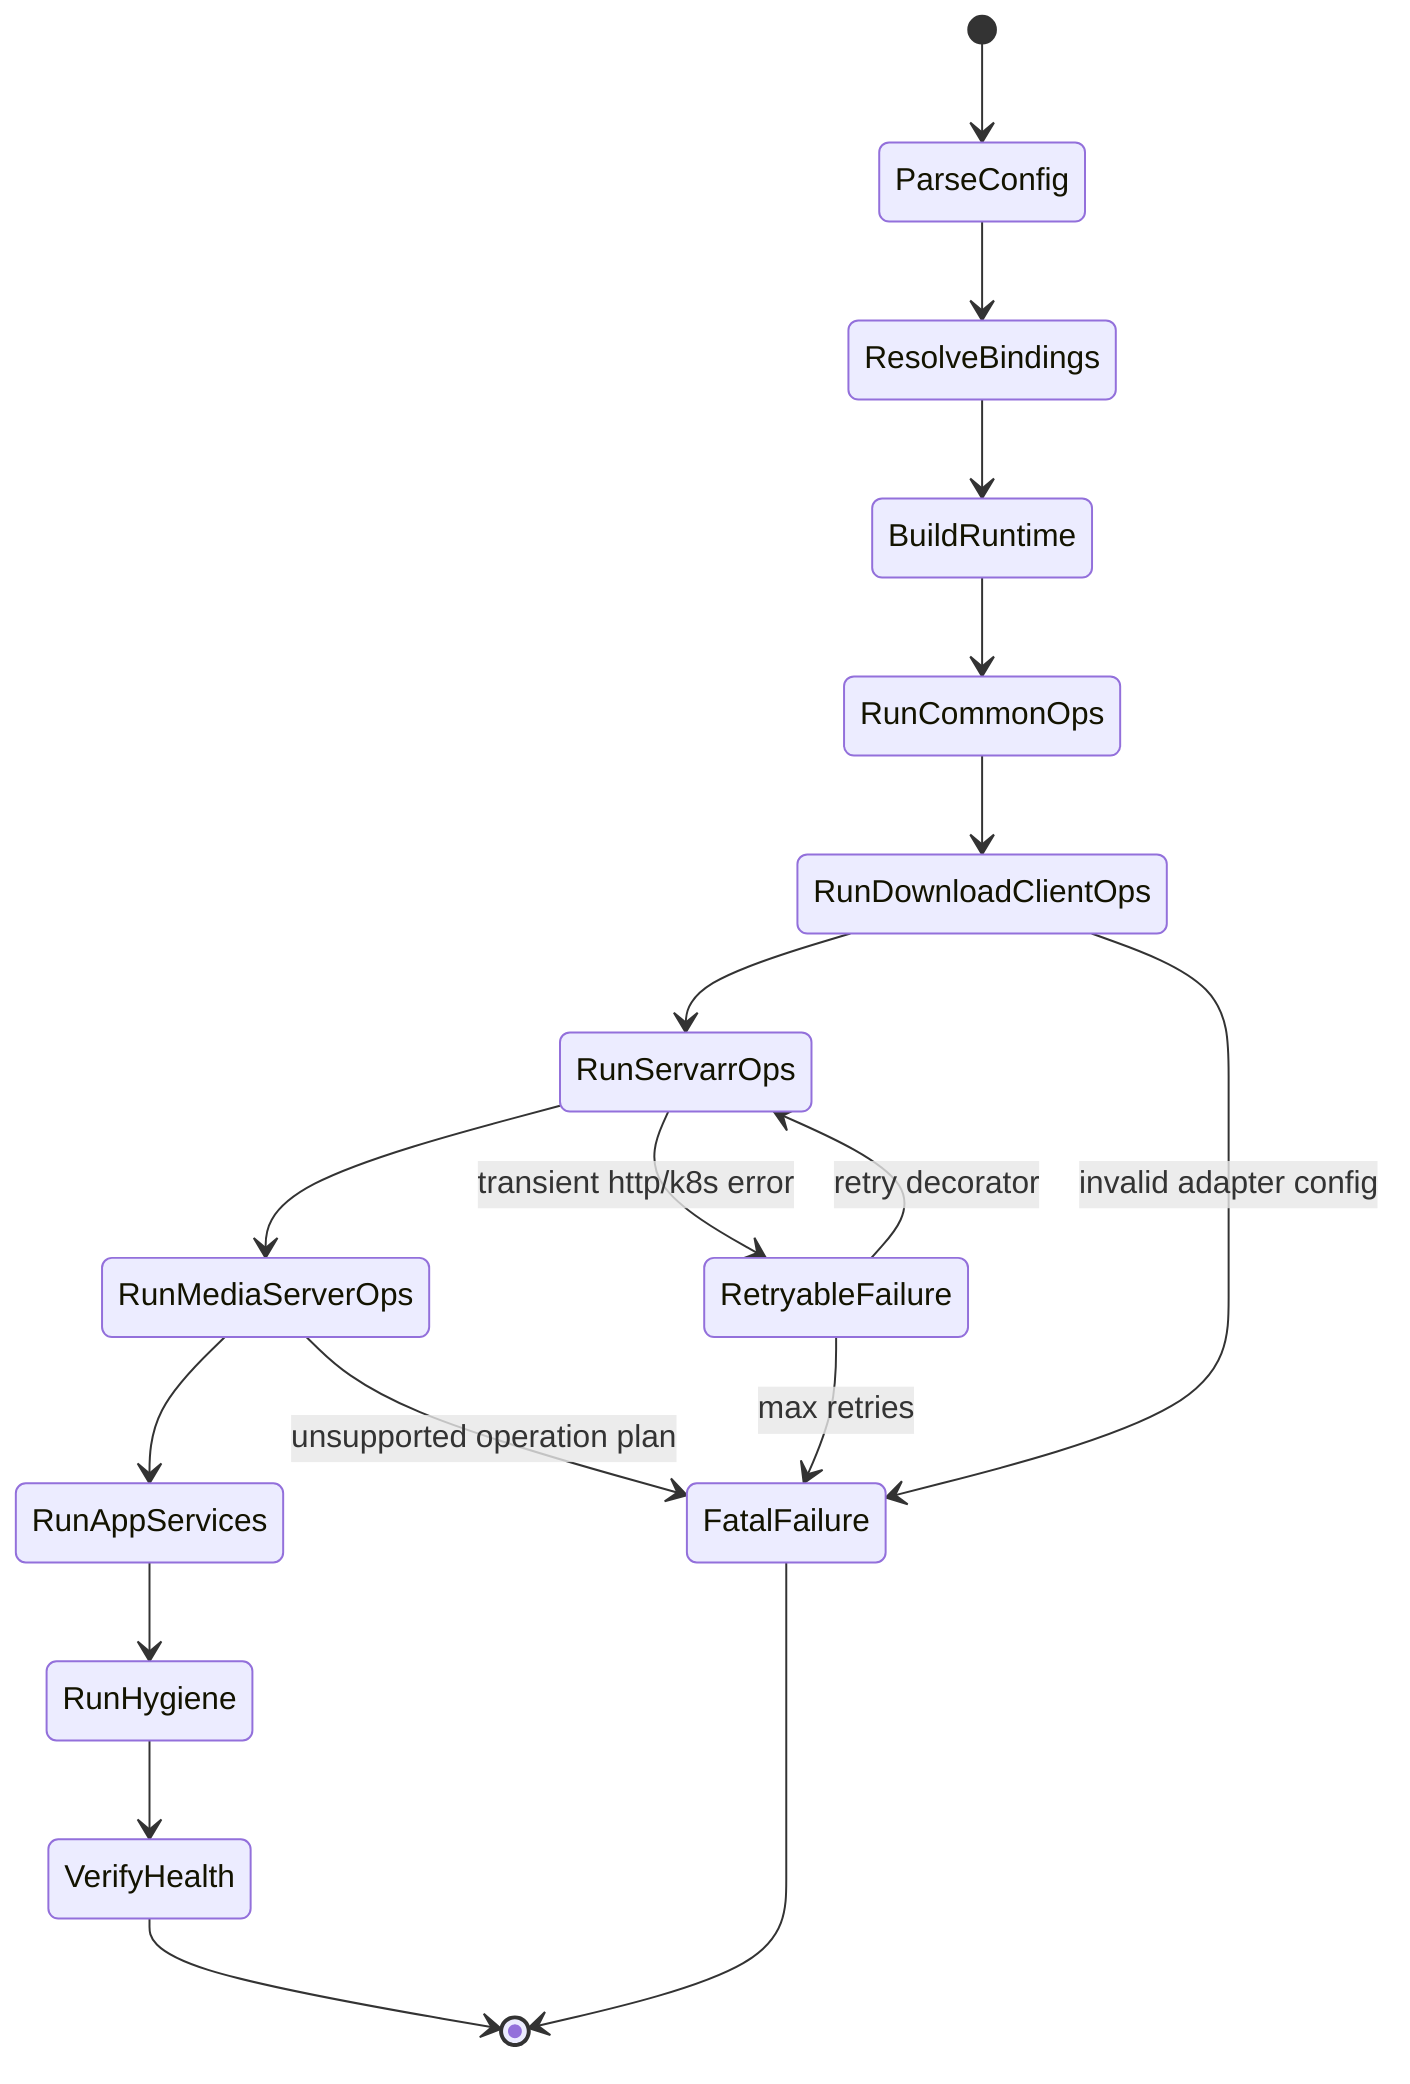
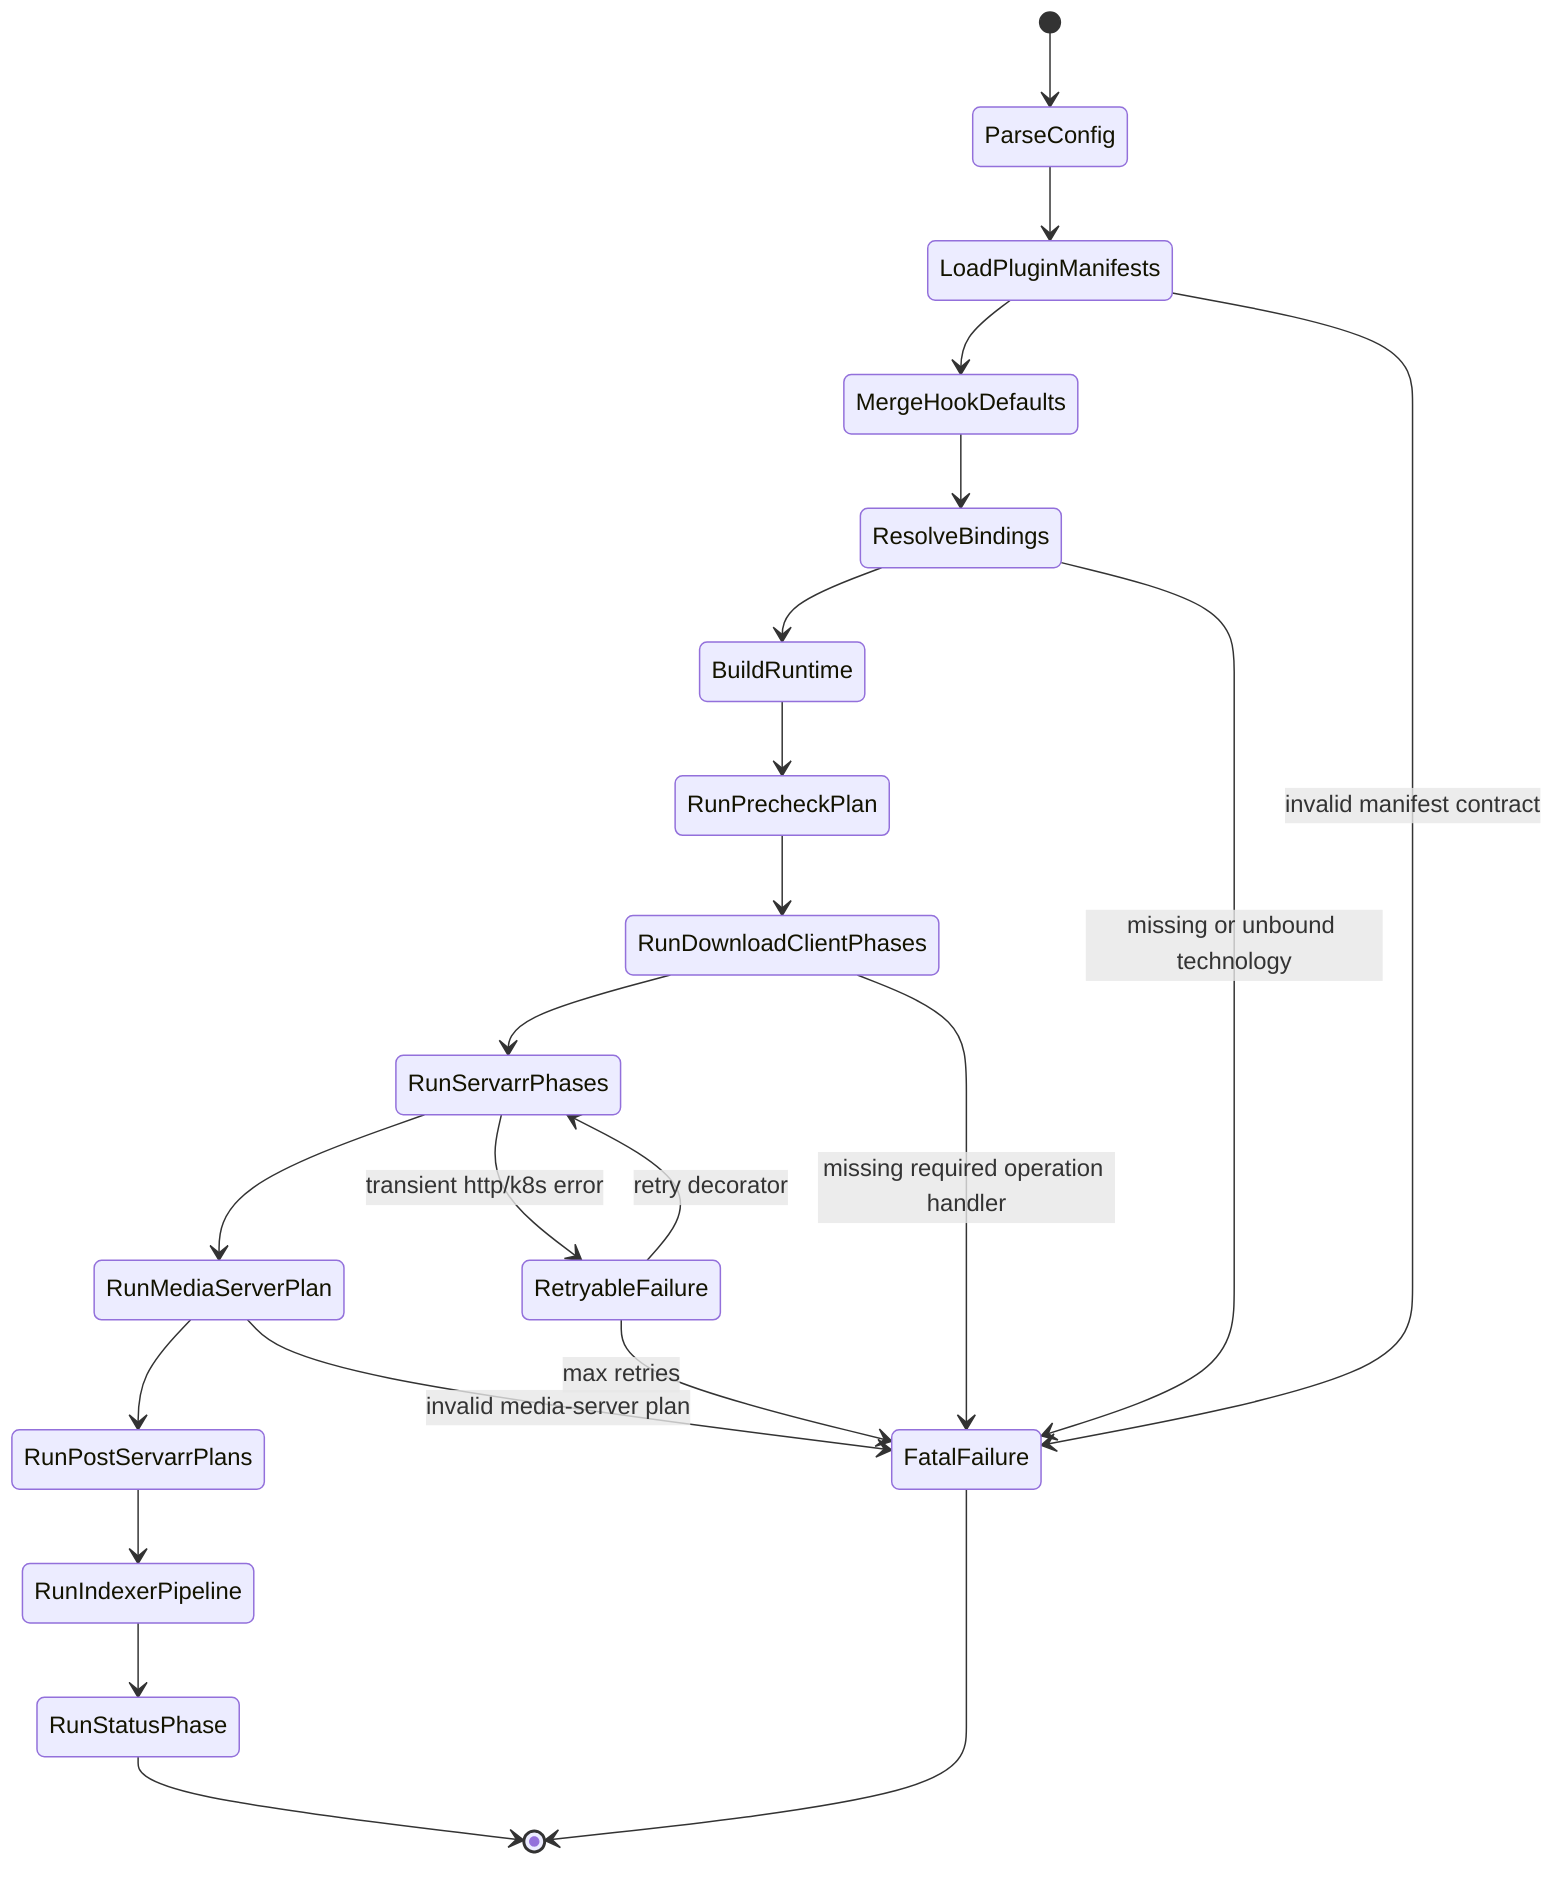
stateDiagram-v2
  [*] --> ParseConfig
-   ParseConfig --> ResolveBindings
+   ParseConfig --> LoadPluginManifests
+   LoadPluginManifests --> MergeHookDefaults
+   MergeHookDefaults --> ResolveBindings
  ResolveBindings --> BuildRuntime
-   BuildRuntime --> RunCommonOps
-   RunCommonOps --> RunDownloadClientOps
-   RunDownloadClientOps --> RunServarrOps
-   RunServarrOps --> RunMediaServerOps
-   RunMediaServerOps --> RunAppServices
-   RunAppServices --> RunHygiene
-   RunHygiene --> VerifyHealth
-   VerifyHealth --> [*]

-   RunServarrOps --> RetryableFailure: transient http/k8s error
-   RetryableFailure --> RunServarrOps: retry decorator
+   BuildRuntime --> RunPrecheckPlan
+   RunPrecheckPlan --> RunDownloadClientPhases
+   RunDownloadClientPhases --> RunServarrPhases
+   RunServarrPhases --> RunMediaServerPlan
+   RunMediaServerPlan --> RunPostServarrPlans
+   RunPostServarrPlans --> RunIndexerPipeline
+   RunIndexerPipeline --> RunStatusPhase
+   RunStatusPhase --> [*]
+ 
+   RunServarrPhases --> RetryableFailure: transient http/k8s error
+   RetryableFailure --> RunServarrPhases: retry decorator
  RetryableFailure --> FatalFailure: max retries
  FatalFailure --> [*]

-   RunDownloadClientOps --> FatalFailure: invalid adapter config
-   RunMediaServerOps --> FatalFailure: unsupported operation plan
+   LoadPluginManifests --> FatalFailure: invalid manifest contract
+   ResolveBindings --> FatalFailure: missing or unbound technology
+   RunDownloadClientPhases --> FatalFailure: missing required operation handler
+   RunMediaServerPlan --> FatalFailure: invalid media-server plan
